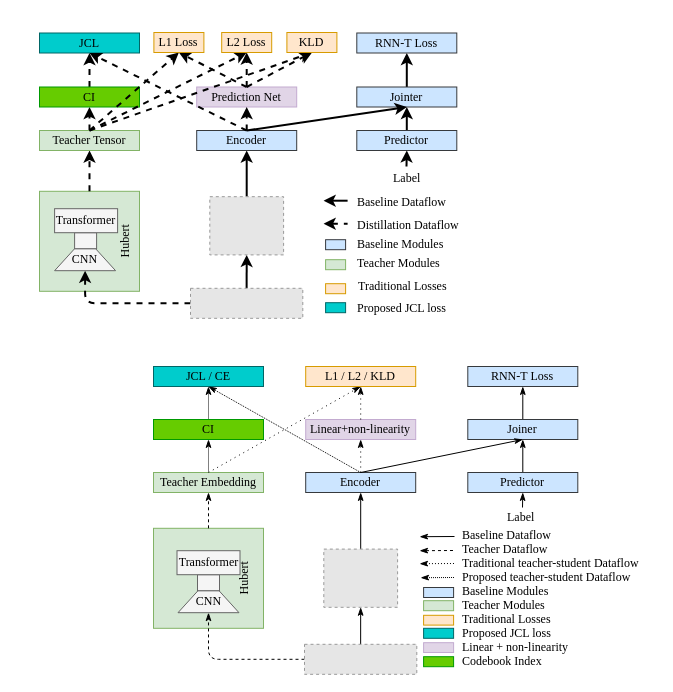
Above: Copy of Untitled Diagram.drawio in glynpu/Neural-Network-Architecture-Diagrams (draw.io), before the change. Source tidied: cells renumbered, new cells numbered last; positions are measured from the earlier drawing's top-left corner, leaving out a move shared by most shapes. Both pictures are drawn from the tidied source at 100%, with x=0, y=0 at pixel (17, 17). Pictures stored in the file or linked from it are replaced by grey dashed boxes.
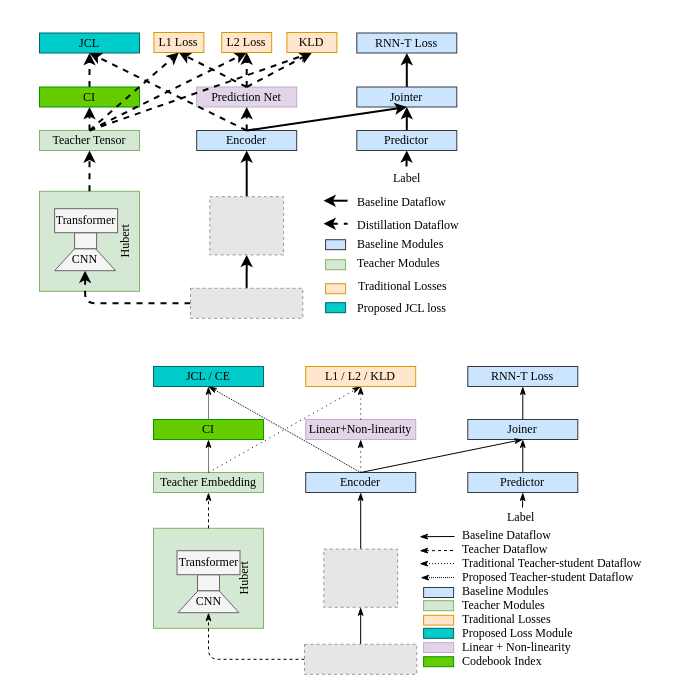
The same diagram, later.

The edit, as a diff of the source:
```diff
@@
-    <mxCell id="56" value="&lt;div&gt;Linear+non-linearity&lt;/div&gt;" style="rounded=0;whiteSpace=wrap;html=1;fillColor=#E1D5E7;strokeColor=#C3ABD0;fontFamily=Times New Roman;" parent="1" vertex="1">
+    <mxCell id="56" value="&lt;div&gt;Linear+Non-linearity&lt;/div&gt;" style="rounded=0;whiteSpace=wrap;html=1;fillColor=#E1D5E7;strokeColor=#C3ABD0;fontFamily=Times New Roman;" parent="1" vertex="1">
       <mxGeometry x="288.2" y="402" width="110" height="20" as="geometry" />
     </mxCell>
@@
-    <mxCell id="88" value="Proposed JCL loss" style="text;html=1;strokeColor=none;fillColor=none;align=left;verticalAlign=middle;whiteSpace=wrap;rounded=0;fontFamily=Times New Roman;fontColor=#000000;" parent="1" vertex="1">
+    <mxCell id="88" value="Proposed Loss Module" style="text;html=1;strokeColor=none;fillColor=none;align=left;verticalAlign=middle;whiteSpace=wrap;rounded=0;fontFamily=Times New Roman;fontColor=#000000;" parent="1" vertex="1">
       <mxGeometry x="443" y="608" width="124.9" height="15" as="geometry" />
     </mxCell>
@@
-    <mxCell id="94" value="Traditional teacher-student Dataflow" style="text;html=1;strokeColor=none;fillColor=none;align=left;verticalAlign=middle;whiteSpace=wrap;rounded=0;fontFamily=Times New Roman;fontColor=#000000;dashed=1;dashPattern=1 1;" parent="1" vertex="1">
+    <mxCell id="94" value="Traditional Teacher-student Dataflow" style="text;html=1;strokeColor=none;fillColor=none;align=left;verticalAlign=middle;whiteSpace=wrap;rounded=0;fontFamily=Times New Roman;fontColor=#000000;dashed=1;dashPattern=1 1;" parent="1" vertex="1">
       <mxGeometry x="443" y="538" width="195" height="15" as="geometry" />
     </mxCell>
@@
-    <mxCell id="96" value="Proposed teacher-student Dataflow" style="text;html=1;strokeColor=none;fillColor=none;align=left;verticalAlign=middle;whiteSpace=wrap;rounded=0;fontFamily=Times New Roman;fontColor=#000000;dashed=1;dashPattern=1 1;" parent="1" vertex="1">
+    <mxCell id="96" value="Proposed Teacher-student Dataflow" style="text;html=1;strokeColor=none;fillColor=none;align=left;verticalAlign=middle;whiteSpace=wrap;rounded=0;fontFamily=Times New Roman;fontColor=#000000;dashed=1;dashPattern=1 1;" parent="1" vertex="1">
       <mxGeometry x="443" y="552" width="175" height="15" as="geometry" />
     </mxCell>
@@
-    <mxCell id="99" value="Linear + non-linearity" style="text;html=1;strokeColor=none;fillColor=none;align=left;verticalAlign=middle;whiteSpace=wrap;rounded=0;fontFamily=Times New Roman;fontColor=#000000;" parent="1" vertex="1">
+    <mxCell id="99" value="Linear + Non-linearity" style="text;html=1;strokeColor=none;fillColor=none;align=left;verticalAlign=middle;whiteSpace=wrap;rounded=0;fontFamily=Times New Roman;fontColor=#000000;" parent="1" vertex="1">
       <mxGeometry x="443" y="622" width="130" height="15" as="geometry" />
     </mxCell>
```
